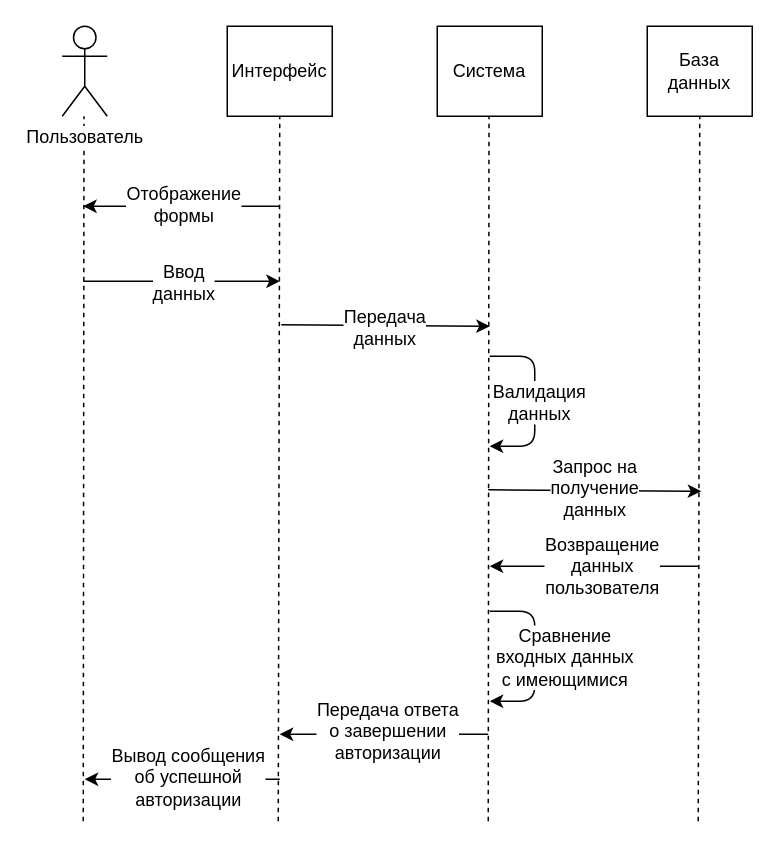
This is Diagrams/Cases Diagrams/Authorisation.drawio from Fake-Make/Au, a draw.io file, before an edit. Source tidied: cells renumbered, new cells numbered last; positions are measured from the earlier drawing's top-left corner, leaving out a move shared by most shapes. Both pictures are drawn from the tidied source at 150%, with x=0, y=0 at pixel (62, 26).
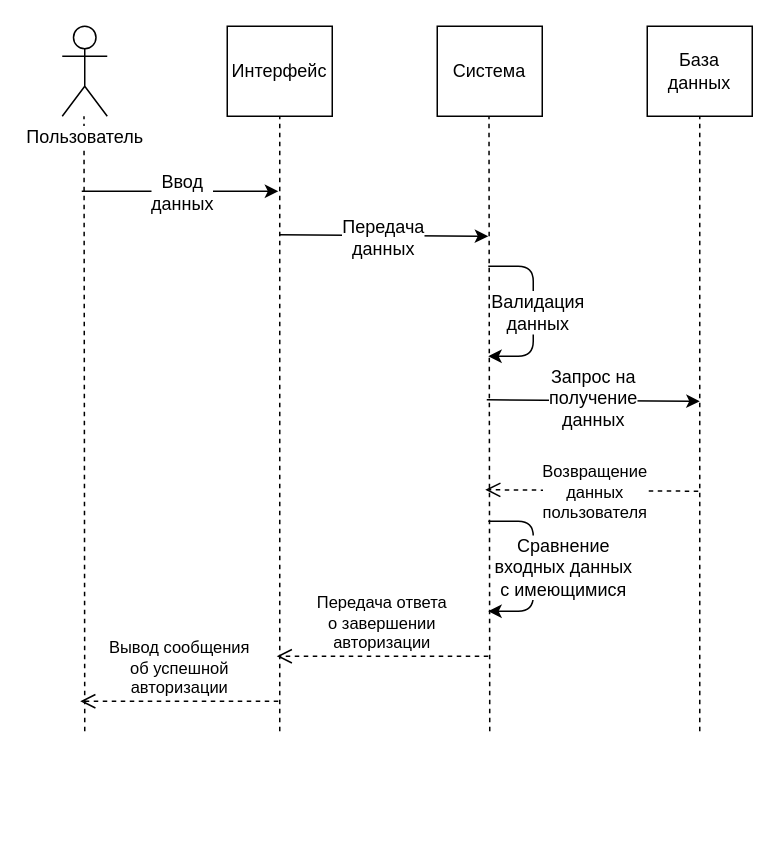
The same diagram, later.

The change refers to these unchanged cells:
```xml
<mxCell id="4" value="База данных" style="rounded=0;whiteSpace=wrap;html=1;" parent="1" vertex="1">
  <mxGeometry x="390" width="70" height="60" as="geometry" />
</mxCell>
```

What changed in the source:
```diff
@@
     <mxCell id="5" style="endArrow=none;dashed=1;html=1;entryX=0.5;entryY=1;entryDx=0;entryDy=0;" parent="1" edge="1" target="4">
       <mxGeometry relative="1" as="geometry">
-        <mxPoint x="424" y="530" as="sourcePoint" />
+        <mxPoint x="425" y="470" as="sourcePoint" />
       </mxGeometry>
     </mxCell>
     <mxCell id="6" style="endArrow=none;dashed=1;html=1;entryX=0.5;entryY=1;entryDx=0;entryDy=0;" parent="1" edge="1">
       <mxGeometry relative="1" as="geometry">
-        <mxPoint x="284" y="530" as="sourcePoint" />
+        <mxPoint x="285" y="470" as="sourcePoint" />
         <mxPoint x="284.5" y="60" as="targetPoint" />
       </mxGeometry>
     </mxCell>
     <mxCell id="7" style="endArrow=none;dashed=1;html=1;entryX=0.5;entryY=1;entryDx=0;entryDy=0;" parent="1" edge="1">
       <mxGeometry relative="1" as="geometry">
-        <mxPoint x="144" y="530" as="sourcePoint" />
+        <mxPoint x="145" y="470" as="sourcePoint" />
         <mxPoint x="145" y="60" as="targetPoint" />
       </mxGeometry>
     </mxCell>
     <mxCell id="8" style="endArrow=none;dashed=1;html=1;entryX=0.5;entryY=1;entryDx=0;entryDy=0;" parent="1" edge="1">
       <mxGeometry relative="1" as="geometry">
-        <mxPoint x="14" y="530" as="sourcePoint" />
+        <mxPoint x="15" y="470" as="sourcePoint" />
         <mxPoint x="14.5" y="60" as="targetPoint" />
       </mxGeometry>
     </mxCell>
@@
-    <mxCell id="10" style="endArrow=classic;html=1;" parent="1" edge="1">
-      <mxGeometry relative="1" as="geometry">
-        <mxPoint x="145" y="120" as="sourcePoint" />
-        <mxPoint x="14" y="120" as="targetPoint" />
-      </mxGeometry>
-    </mxCell>
-    <mxCell id="11" value="Отображение&lt;br&gt;формы" style="text;html=1;align=center;verticalAlign=middle;labelBackgroundColor=#ffffff;" parent="10" vertex="1">
-      <mxGeometry x="0.17" relative="1" as="geometry">
-        <mxPoint x="12" y="-2" as="offset" />
-      </mxGeometry>
-    </mxCell>
     <mxCell id="12" style="endArrow=classic;html=1;" parent="1" edge="1">
       <mxGeometry relative="1" as="geometry">
-        <mxPoint x="14" y="170" as="sourcePoint" />
-        <mxPoint x="145" y="170" as="targetPoint" />
+        <mxPoint x="13" y="110" as="sourcePoint" />
+        <mxPoint x="144" y="110" as="targetPoint" />
       </mxGeometry>
     </mxCell>
@@
     <mxCell id="14" style="endArrow=classic;html=1;" parent="1" edge="1">
       <mxGeometry relative="1" as="geometry">
-        <mxPoint x="146" y="199" as="sourcePoint" />
-        <mxPoint x="285" y="200" as="targetPoint" />
+        <mxPoint x="145" y="139" as="sourcePoint" />
+        <mxPoint x="284" y="140" as="targetPoint" />
       </mxGeometry>
     </mxCell>
@@
     <mxCell id="16" style="endArrow=classic;html=1;" parent="1" edge="1">
       <mxGeometry relative="1" as="geometry">
-        <mxPoint x="285" y="220" as="sourcePoint" />
-        <mxPoint x="285" y="280" as="targetPoint" />
+        <mxPoint x="284" y="160" as="sourcePoint" />
+        <mxPoint x="284" y="220" as="targetPoint" />
         <Array as="points">
-          <mxPoint x="315" y="220" />
-          <mxPoint x="315" y="280" />
+          <mxPoint x="314" y="160" />
+          <mxPoint x="314" y="220" />
         </Array>
       </mxGeometry>
     </mxCell>
@@
     <mxCell id="18" style="endArrow=classic;html=1;" parent="1" edge="1">
       <mxGeometry relative="1" as="geometry">
-        <mxPoint x="284" y="309" as="sourcePoint" />
-        <mxPoint x="426" y="310" as="targetPoint" />
+        <mxPoint x="283" y="249" as="sourcePoint" />
+        <mxPoint x="425" y="250" as="targetPoint" />
       </mxGeometry>
     </mxCell>
@@
-    <mxCell id="20" style="endArrow=classic;html=1;" parent="1" edge="1">
-      <mxGeometry relative="1" as="geometry">
-        <mxPoint x="424" y="360" as="sourcePoint" />
-        <mxPoint x="285" y="360" as="targetPoint" />
-      </mxGeometry>
-    </mxCell>
-    <mxCell id="21" value="Возвращение&lt;br&gt;данных&lt;br&gt;пользователя&lt;br&gt;" style="text;html=1;align=center;verticalAlign=middle;labelBackgroundColor=#ffffff;" parent="20" vertex="1">
-      <mxGeometry x="-0.36" y="1" relative="1" as="geometry">
-        <mxPoint x="-21" y="-2" as="offset" />
-      </mxGeometry>
-    </mxCell>
-    <mxCell id="22" style="endArrow=classic;html=1;" parent="1" edge="1">
-      <mxGeometry relative="1" as="geometry">
-        <mxPoint x="284" y="472" as="sourcePoint" />
-        <mxPoint x="145" y="472" as="targetPoint" />
-      </mxGeometry>
-    </mxCell>
-    <mxCell id="23" value="Передача ответа&lt;br&gt;о завершении&lt;br&gt;авторизации&lt;br&gt;" style="text;html=1;align=center;verticalAlign=middle;labelBackgroundColor=#ffffff;" parent="22" vertex="1">
-      <mxGeometry x="0.18" y="-2" relative="1" as="geometry">
-        <mxPoint x="14" y="-1" as="offset" />
-      </mxGeometry>
-    </mxCell>
-    <mxCell id="24" style="endArrow=classic;html=1;" parent="1" edge="1">
-      <mxGeometry relative="1" as="geometry">
-        <mxPoint x="145" y="502" as="sourcePoint" />
-        <mxPoint x="15" y="502" as="targetPoint" />
-      </mxGeometry>
-    </mxCell>
-    <mxCell id="25" value="Вывод сообщения&lt;br&gt;об успешной&lt;br&gt;авторизации&lt;br&gt;" style="text;html=1;align=center;verticalAlign=middle;labelBackgroundColor=#ffffff;" parent="24" vertex="1">
-      <mxGeometry x="-0.12" relative="1" as="geometry">
-        <mxPoint x="-5" y="-2" as="offset" />
-      </mxGeometry>
-    </mxCell>
     <mxCell id="26" style="endArrow=classic;html=1;" parent="1" edge="1">
       <mxGeometry relative="1" as="geometry">
-        <mxPoint x="285" y="390" as="sourcePoint" />
-        <mxPoint x="285" y="450" as="targetPoint" />
+        <mxPoint x="284" y="330" as="sourcePoint" />
+        <mxPoint x="284" y="390" as="targetPoint" />
         <Array as="points">
-          <mxPoint x="315" y="390" />
-          <mxPoint x="315" y="450" />
+          <mxPoint x="314" y="330" />
+          <mxPoint x="314" y="390" />
         </Array>
       </mxGeometry>
     </mxCell>
@@
+    <mxCell id="21" value="&lt;span&gt;Возвращение&lt;/span&gt;&lt;br&gt;&lt;span&gt;данных&lt;/span&gt;&lt;br&gt;&lt;span&gt;пользователя&lt;/span&gt;" style="html=1;verticalAlign=bottom;endArrow=open;dashed=1;endSize=8;" parent="1" edge="1">
+      <mxGeometry x="-0.03" y="23" relative="1" as="geometry">
+        <mxPoint x="424" y="310" as="sourcePoint" />
+        <mxPoint x="282" y="309" as="targetPoint" />
+      </mxGeometry>
+    </mxCell>
+    <mxCell id="23" value="&lt;span&gt;Передача ответа&lt;/span&gt;&lt;br&gt;&lt;span&gt;о завершении&lt;/span&gt;&lt;br&gt;&lt;span&gt;авторизации&lt;/span&gt;" style="html=1;verticalAlign=bottom;endArrow=open;dashed=1;endSize=8;" parent="1" edge="1">
+      <mxGeometry relative="1" as="geometry">
+        <mxPoint x="284" y="420" as="sourcePoint" />
+        <mxPoint x="143" y="420" as="targetPoint" />
+      </mxGeometry>
+    </mxCell>
+    <mxCell id="25" value="&lt;span&gt;Вывод сообщения&lt;/span&gt;&lt;br&gt;&lt;span&gt;об успешной&lt;/span&gt;&lt;br&gt;&lt;span&gt;авторизации&lt;/span&gt;" style="html=1;verticalAlign=bottom;endArrow=open;dashed=1;endSize=8;" parent="1" edge="1">
+      <mxGeometry relative="1" as="geometry">
+        <mxPoint x="144" y="450" as="sourcePoint" />
+        <mxPoint x="12" y="450" as="targetPoint" />
+      </mxGeometry>
+    </mxCell>
```
